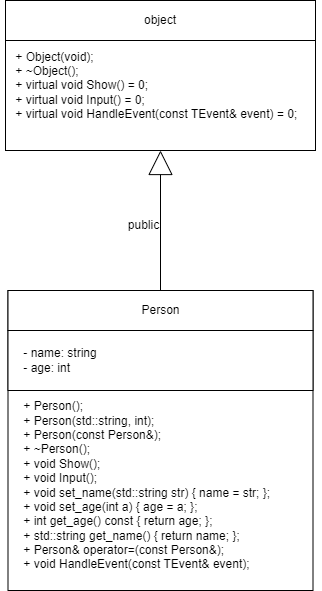
IlyaFedoseev227/LABS-PNRPU-IVT-22-1b keeps this draw.io diagram as 2 Семестр/Class/Лаба 8/Лаба 8 Классы.png. Above is the earlier version. Source tidied: cells renumbered, new cells last; positions are measured from the earlier drawing's top-left corner, leaving out a move shared by most shapes.
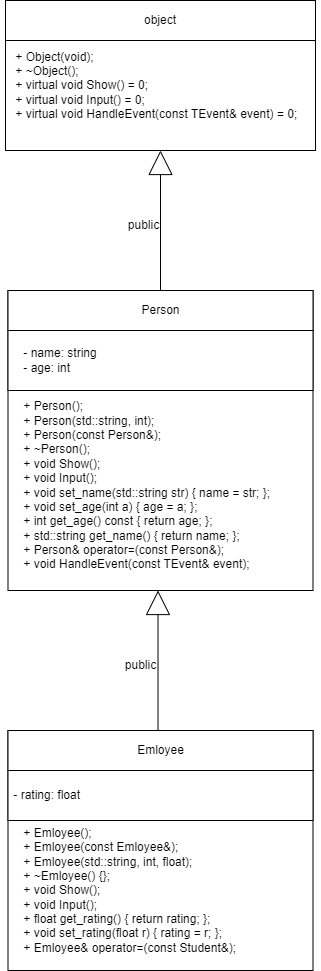
The same file after the commit.

The edit, as a diff of the source:
```diff
@@ -32,5 +32,29 @@
     <mxCell id="11" value="public" style="text;html=1;align=center;verticalAlign=middle;strokeColor=none;fillColor=none;" parent="1" vertex="1">
       <mxGeometry x="117.5" y="210" width="50" height="30" as="geometry" />
     </mxCell>
+    <mxCell id="12" style="rounded=0;whiteSpace=wrap;html=1;" parent="1" vertex="1">
+      <mxGeometry x="7.5" y="730" width="305" height="240" as="geometry" />
+    </mxCell>
+    <mxCell id="13" value="Emloyee" style="rounded=0;whiteSpace=wrap;html=1;" parent="1" vertex="1">
+      <mxGeometry x="7.5" y="730" width="305" height="40" as="geometry" />
+    </mxCell>
+    <mxCell id="14" value="&amp;nbsp; &amp;nbsp; + Emloyee();&lt;br&gt;&amp;nbsp; &amp;nbsp; + Emloyee(const Emloyee&amp;amp;);&lt;br&gt;&amp;nbsp; &amp;nbsp; + Emloyee(std::string, int, float);&lt;br&gt;&amp;nbsp; &amp;nbsp; + ~Emloyee() {};&lt;br&gt;&amp;nbsp;&amp;nbsp; &amp;nbsp;+ void Show();&lt;br&gt;&amp;nbsp; &amp;nbsp; + void Input();&lt;br&gt;&amp;nbsp; &amp;nbsp; + float get_rating() { return rating; };&lt;br&gt;&amp;nbsp; &amp;nbsp; + void set_rating(float r) { rating = r; };&lt;br&gt;&amp;nbsp; &amp;nbsp; + Emloyee&amp;amp; operator=(const Student&amp;amp;);" style="text;html=1;align=left;verticalAlign=middle;strokeColor=none;fillColor=none;" parent="1" vertex="1">
+      <mxGeometry x="7.5" y="820" width="250" height="140" as="geometry" />
+    </mxCell>
+    <mxCell id="15" style="rounded=0;whiteSpace=wrap;html=1;" parent="1" vertex="1">
+      <mxGeometry x="7.5" y="770" width="305" height="50" as="geometry" />
+    </mxCell>
+    <mxCell id="16" value="&amp;nbsp;- rating: float" style="text;html=1;align=left;verticalAlign=middle;strokeColor=none;fillColor=none;" parent="1" vertex="1">
+      <mxGeometry x="7.5" y="780" width="90" height="30" as="geometry" />
+    </mxCell>
+    <mxCell id="17" style="edgeStyle=orthogonalEdgeStyle;rounded=0;orthogonalLoop=1;jettySize=auto;html=1;endArrow=block;endFill=0;strokeWidth=1;endSize=22;exitX=0.5;exitY=0;exitDx=0;exitDy=0;" parent="1" edge="1">
+      <mxGeometry relative="1" as="geometry">
+        <mxPoint x="157.5" y="730" as="sourcePoint" />
+        <mxPoint x="157.5" y="590" as="targetPoint" />
+      </mxGeometry>
+    </mxCell>
+    <mxCell id="18" value="public" style="text;html=1;align=center;verticalAlign=middle;strokeColor=none;fillColor=none;" parent="1" vertex="1">
+      <mxGeometry x="115" y="650" width="50" height="30" as="geometry" />
+    </mxCell>
   </root>
 </mxGraphModel>
```
